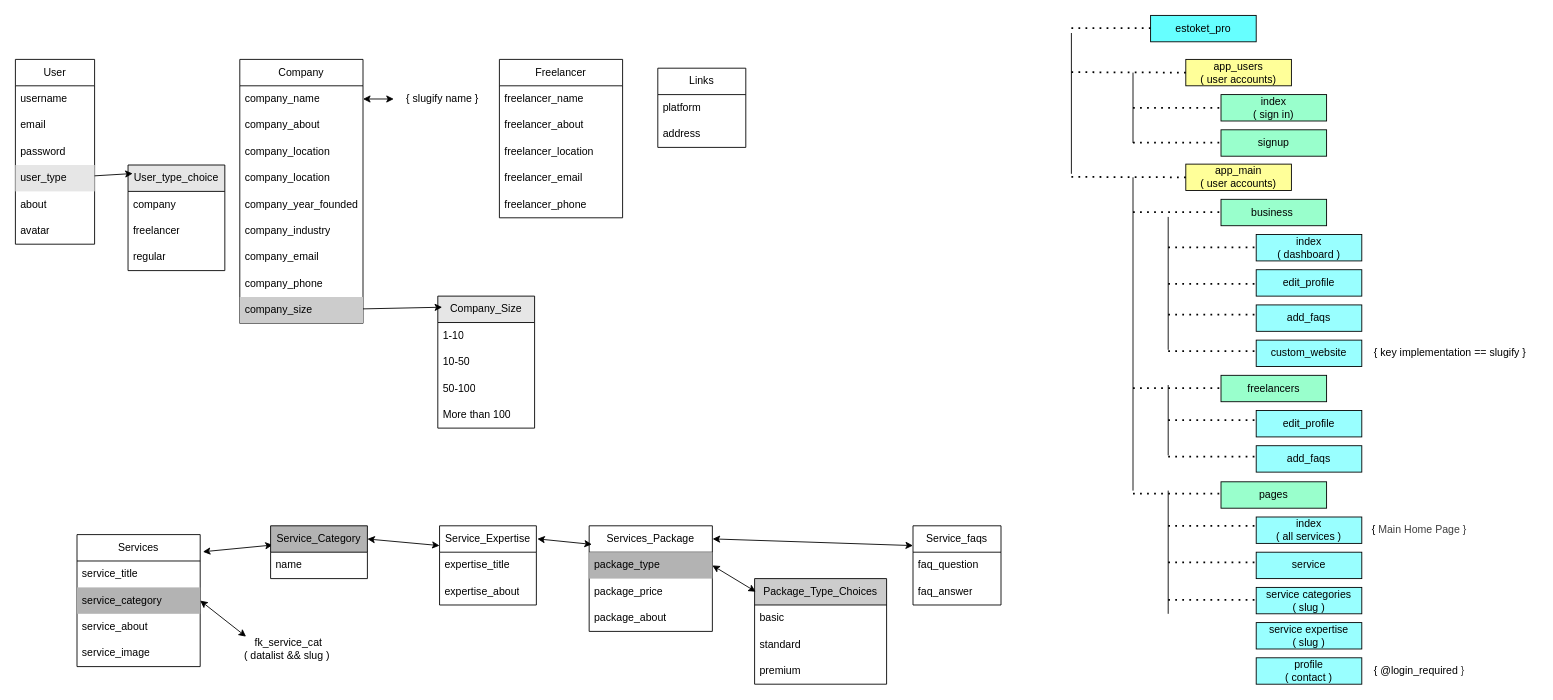
Before: z_proto.drawio in I-AGBLE/estoket_pro, a draw.io diagram. Source tidied: cells renumbered, new cells numbered last; positions are measured from the earlier drawing's top-left corner, leaving out a move shared by most shapes. Both pictures are drawn from the tidied source at 88%, with x=0, y=0 at pixel (15, 15).
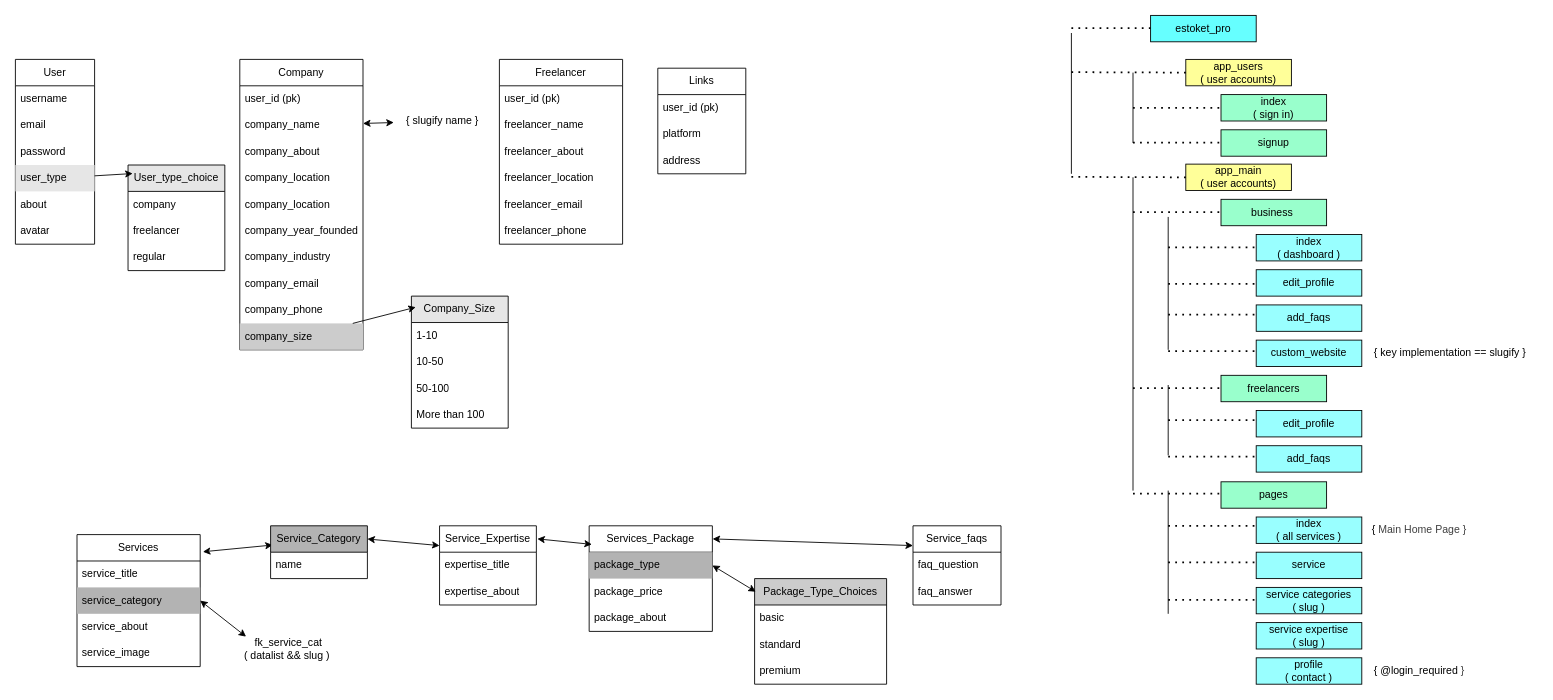
After the change.

Change to the diagram source:
```diff
@@
     <mxCell id="44" value="Company" style="swimlane;fontStyle=0;horizontal=1;startSize=30;whiteSpace=wrap;html=1;" parent="1" vertex="1">
-      <mxGeometry x="255" y="50" width="140" height="300" as="geometry" />
+      <mxGeometry x="255" y="50" width="140" height="330" as="geometry" />
     </mxCell>
+    <mxCell id="117" value="user_id (pk)" style="text;strokeColor=none;fillColor=none;align=left;verticalAlign=middle;spacingLeft=4;spacingRight=4;overflow=hidden;whiteSpace=wrap;html=1;" parent="44" vertex="1">
+      <mxGeometry y="30" width="140" height="30" as="geometry" />
+    </mxCell>
     <mxCell id="45" value="company_name" style="text;strokeColor=none;fillColor=none;align=left;verticalAlign=middle;spacingLeft=4;spacingRight=4;overflow=hidden;points=[[0,0.5],[1,0.5]];portConstraint=eastwest;whiteSpace=wrap;html=1;" parent="44" vertex="1">
-      <mxGeometry y="30" width="140" height="30" as="geometry" />
+      <mxGeometry y="60" width="140" height="30" as="geometry" />
     </mxCell>
     <mxCell id="46" value="company_about" style="text;strokeColor=none;fillColor=none;align=left;verticalAlign=middle;spacingLeft=4;spacingRight=4;overflow=hidden;whiteSpace=wrap;html=1;" parent="44" vertex="1">
-      <mxGeometry y="60" width="140" height="30" as="geometry" />
+      <mxGeometry y="90" width="140" height="30" as="geometry" />
     </mxCell>
     <mxCell id="47" value="company_location" style="text;strokeColor=none;fillColor=none;align=left;verticalAlign=middle;spacingLeft=4;spacingRight=4;overflow=hidden;whiteSpace=wrap;html=1;" parent="44" vertex="1">
-      <mxGeometry y="90" width="140" height="30" as="geometry" />
+      <mxGeometry y="120" width="140" height="30" as="geometry" />
     </mxCell>
     <mxCell id="48" value="company_location" style="text;strokeColor=none;fillColor=none;align=left;verticalAlign=middle;spacingLeft=4;spacingRight=4;overflow=hidden;whiteSpace=wrap;html=1;" parent="44" vertex="1">
-      <mxGeometry y="120" width="140" height="30" as="geometry" />
+      <mxGeometry y="150" width="140" height="30" as="geometry" />
     </mxCell>
     <mxCell id="49" value="company_year_founded" style="text;strokeColor=none;fillColor=none;align=left;verticalAlign=middle;spacingLeft=4;spacingRight=4;overflow=hidden;whiteSpace=wrap;html=1;" parent="44" vertex="1">
-      <mxGeometry y="150" width="140" height="30" as="geometry" />
+      <mxGeometry y="180" width="140" height="30" as="geometry" />
     </mxCell>
     <mxCell id="50" value="company_industry" style="text;strokeColor=none;fillColor=none;align=left;verticalAlign=middle;spacingLeft=4;spacingRight=4;overflow=hidden;whiteSpace=wrap;html=1;" parent="44" vertex="1">
-      <mxGeometry y="180" width="140" height="30" as="geometry" />
+      <mxGeometry y="210" width="140" height="30" as="geometry" />
     </mxCell>
     <mxCell id="51" value="company_email" style="text;strokeColor=none;fillColor=none;align=left;verticalAlign=middle;spacingLeft=4;spacingRight=4;overflow=hidden;whiteSpace=wrap;html=1;" parent="44" vertex="1">
-      <mxGeometry y="210" width="140" height="30" as="geometry" />
+      <mxGeometry y="240" width="140" height="30" as="geometry" />
     </mxCell>
     <mxCell id="52" value="company_phone" style="text;strokeColor=none;fillColor=none;align=left;verticalAlign=middle;spacingLeft=4;spacingRight=4;overflow=hidden;whiteSpace=wrap;html=1;" parent="44" vertex="1">
-      <mxGeometry y="240" width="140" height="30" as="geometry" />
+      <mxGeometry y="270" width="140" height="30" as="geometry" />
     </mxCell>
     <mxCell id="53" value="company_size" style="text;strokeColor=none;fillColor=#CCCCCC;align=left;verticalAlign=middle;spacingLeft=4;spacingRight=4;overflow=hidden;points=[[0,0.5],[1,0.5]];portConstraint=eastwest;whiteSpace=wrap;html=1;" parent="44" vertex="1">
-      <mxGeometry y="270" width="140" height="30" as="geometry" />
+      <mxGeometry y="300" width="140" height="30" as="geometry" />
     </mxCell>
     <mxCell id="54" value="Company_Size" style="swimlane;fontStyle=0;horizontal=1;startSize=30;whiteSpace=wrap;html=1;fillColor=#E6E6E6;" parent="1" vertex="1">
-      <mxGeometry x="480" y="319" width="110" height="150" as="geometry" />
+      <mxGeometry x="450" y="319" width="110" height="150" as="geometry" />
     </mxCell>
@@
     <mxCell id="60" value="Freelancer" style="swimlane;fontStyle=0;horizontal=1;startSize=30;whiteSpace=wrap;html=1;" parent="1" vertex="1">
-      <mxGeometry x="550" y="50" width="140" height="180" as="geometry" />
+      <mxGeometry x="550" y="50" width="140" height="210" as="geometry" />
     </mxCell>
+    <mxCell id="118" value="user_id (pk)" style="text;strokeColor=none;fillColor=none;align=left;verticalAlign=middle;spacingLeft=4;spacingRight=4;overflow=hidden;whiteSpace=wrap;html=1;" parent="60" vertex="1">
+      <mxGeometry y="30" width="140" height="30" as="geometry" />
+    </mxCell>
     <mxCell id="61" value="freelancer_name" style="text;strokeColor=none;fillColor=none;align=left;verticalAlign=middle;spacingLeft=4;spacingRight=4;overflow=hidden;whiteSpace=wrap;html=1;" parent="60" vertex="1">
-      <mxGeometry y="30" width="140" height="30" as="geometry" />
+      <mxGeometry y="60" width="140" height="30" as="geometry" />
     </mxCell>
     <mxCell id="62" value="freelancer_about" style="text;strokeColor=none;fillColor=none;align=left;verticalAlign=middle;spacingLeft=4;spacingRight=4;overflow=hidden;whiteSpace=wrap;html=1;" parent="60" vertex="1">
-      <mxGeometry y="60" width="140" height="30" as="geometry" />
+      <mxGeometry y="90" width="140" height="30" as="geometry" />
     </mxCell>
     <mxCell id="63" value="freelancer_location" style="text;strokeColor=none;fillColor=none;align=left;verticalAlign=middle;spacingLeft=4;spacingRight=4;overflow=hidden;whiteSpace=wrap;html=1;" parent="60" vertex="1">
-      <mxGeometry y="90" width="140" height="30" as="geometry" />
+      <mxGeometry y="120" width="140" height="30" as="geometry" />
     </mxCell>
     <mxCell id="64" value="freelancer_email" style="text;strokeColor=none;fillColor=none;align=left;verticalAlign=middle;spacingLeft=4;spacingRight=4;overflow=hidden;whiteSpace=wrap;html=1;" parent="60" vertex="1">
-      <mxGeometry y="120" width="140" height="30" as="geometry" />
+      <mxGeometry y="150" width="140" height="30" as="geometry" />
     </mxCell>
     <mxCell id="65" value="freelancer_phone" style="text;strokeColor=none;fillColor=none;align=left;verticalAlign=middle;spacingLeft=4;spacingRight=4;overflow=hidden;whiteSpace=wrap;html=1;" parent="60" vertex="1">
-      <mxGeometry y="150" width="140" height="30" as="geometry" />
+      <mxGeometry y="180" width="140" height="30" as="geometry" />
     </mxCell>
     <mxCell id="66" value="Links" style="swimlane;fontStyle=0;horizontal=1;startSize=30;whiteSpace=wrap;html=1;" parent="1" vertex="1">
-      <mxGeometry x="730" y="60" width="100" height="90" as="geometry" />
+      <mxGeometry x="730" y="60" width="100" height="120" as="geometry" />
     </mxCell>
+    <mxCell id="119" value="user_id (pk)" style="text;strokeColor=none;fillColor=none;align=left;verticalAlign=middle;spacingLeft=4;spacingRight=4;overflow=hidden;whiteSpace=wrap;html=1;" parent="66" vertex="1">
+      <mxGeometry y="30" width="100" height="30" as="geometry" />
+    </mxCell>
     <mxCell id="67" value="platform" style="text;strokeColor=none;fillColor=none;align=left;verticalAlign=middle;spacingLeft=4;spacingRight=4;overflow=hidden;whiteSpace=wrap;html=1;" parent="66" vertex="1">
-      <mxGeometry y="30" width="100" height="30" as="geometry" />
+      <mxGeometry y="60" width="100" height="30" as="geometry" />
     </mxCell>
     <mxCell id="68" value="address" style="text;strokeColor=none;fillColor=none;align=left;verticalAlign=middle;spacingLeft=4;spacingRight=4;overflow=hidden;whiteSpace=wrap;html=1;" parent="66" vertex="1">
-      <mxGeometry y="60" width="100" height="30" as="geometry" />
+      <mxGeometry y="90" width="100" height="30" as="geometry" />
     </mxCell>
@@
     <mxCell id="115" value="{ slugify name }" style="text;html=1;align=center;verticalAlign=middle;points=[];strokeColor=none;fillColor=none;" parent="1" vertex="1">
-      <mxGeometry x="430" y="80" width="110" height="30" as="geometry" />
+      <mxGeometry x="430" y="105" width="110" height="30" as="geometry" />
     </mxCell>
```
